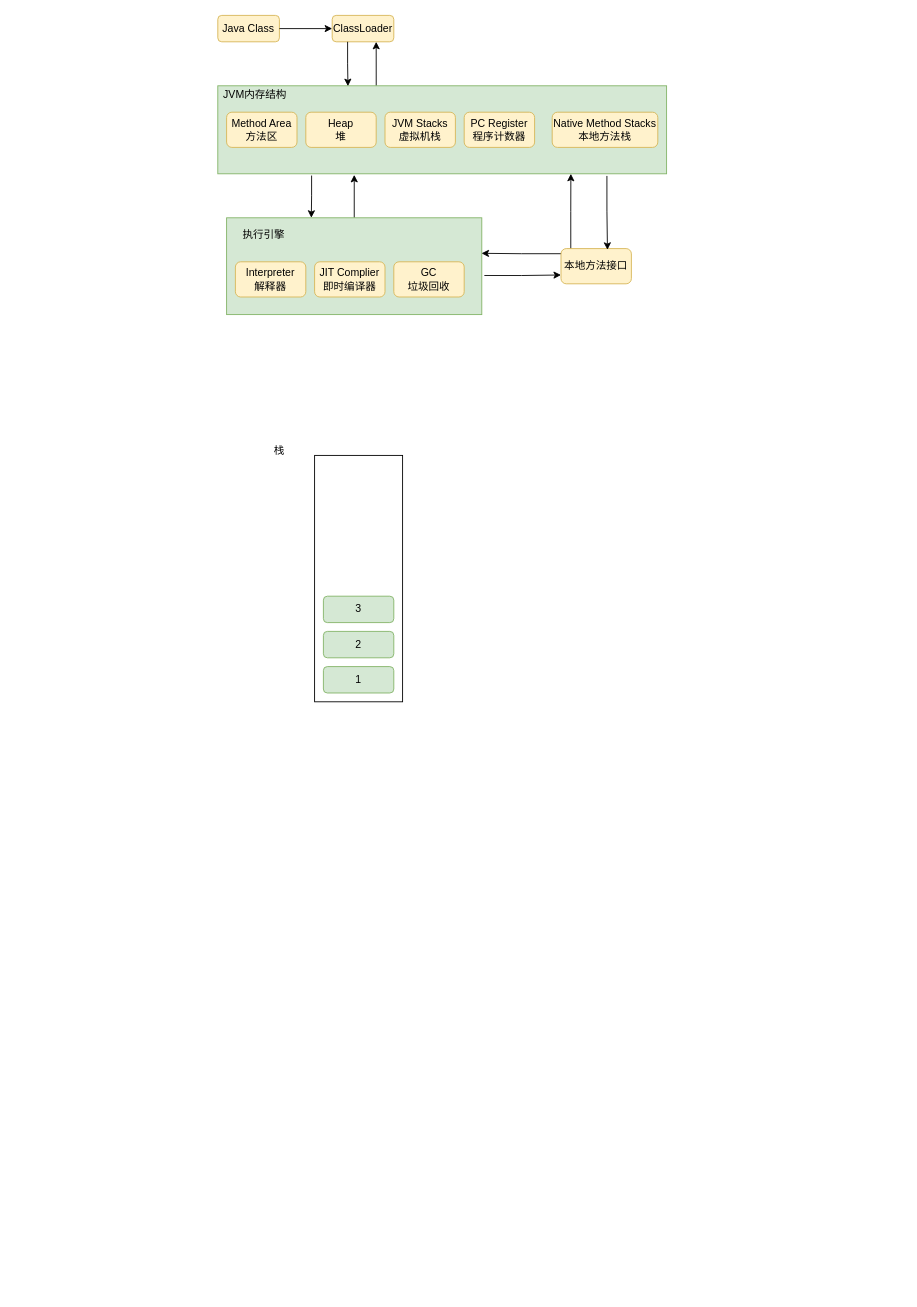
This is 未命名绘图.drawio from kingtanglei/draw, a draw.io file, before an edit. Source tidied: cells renumbered, new cells numbered last; positions are measured from the earlier drawing's top-left corner, leaving out a move shared by most shapes. Both pictures are drawn from the tidied source at 88%, with x=0, y=0 at pixel (217, 15).
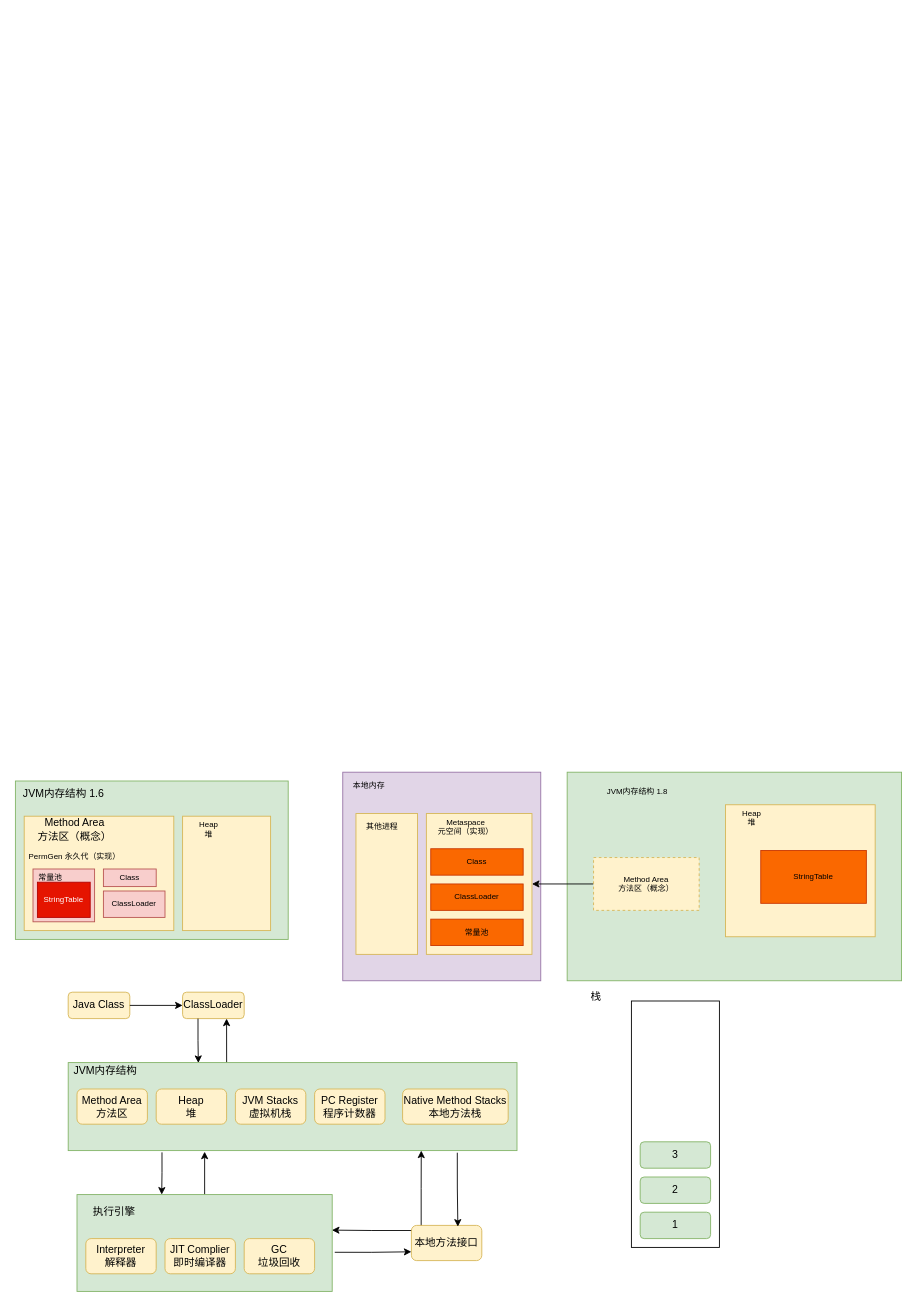
The same diagram, later.

Commit message:
更新未命名绘图.drawio

What changed in the source:
```diff
@@
     <mxCell id="2" style="group;" parent="1" vertex="1">
-      <mxGeometry width="510" height="340" as="geometry" />
+      <mxGeometry x="-170" y="1110" width="510" height="340" as="geometry" />
     </mxCell>
@@
     <mxCell id="27" style="group;" parent="1" vertex="1">
-      <mxGeometry x="40" y="480" width="170" height="300" as="geometry" />
+      <mxGeometry x="400" y="1100" width="170" height="300" as="geometry" />
     </mxCell>
@@
+    <mxCell id="33" style="group;" parent="1" vertex="1">
+      <mxGeometry x="-230" y="870" width="310" height="180" as="geometry" />
+    </mxCell>
+    <mxCell id="34" style="rounded=0;whiteSpace=wrap;html=1;fillColor=#d5e8d4;strokeColor=#82b366;" parent="33" vertex="1">
+      <mxGeometry width="310" height="180" as="geometry" />
+    </mxCell>
+    <mxCell id="35" value="JVM内存结构 1.6" style="text;html=1;strokeColor=none;fillColor=none;align=center;verticalAlign=middle;whiteSpace=wrap;rounded=0;" parent="33" vertex="1">
+      <mxGeometry width="110" height="30" as="geometry" />
+    </mxCell>
+    <mxCell id="36" style="rounded=0;whiteSpace=wrap;html=1;fillColor=#fff2cc;strokeColor=#d6b656;" parent="33" vertex="1">
+      <mxGeometry x="10" y="40" width="170" height="130" as="geometry" />
+    </mxCell>
+    <mxCell id="37" value="Method Area&lt;br&gt;方法区（概念）" style="text;html=1;strokeColor=none;fillColor=none;align=center;verticalAlign=middle;whiteSpace=wrap;rounded=0;" parent="33" vertex="1">
+      <mxGeometry x="10" y="40" width="115" height="30" as="geometry" />
+    </mxCell>
+    <mxCell id="38" value="&lt;font style=&quot;font-size: 9px;&quot;&gt;PermGen 永久代（实现）&lt;/font&gt;" style="text;html=1;strokeColor=none;fillColor=none;align=center;verticalAlign=middle;whiteSpace=wrap;rounded=0;" parent="33" vertex="1">
+      <mxGeometry x="10" y="70" width="115" height="30" as="geometry" />
+    </mxCell>
+    <mxCell id="39" style="rounded=0;whiteSpace=wrap;html=1;fontSize=9;fillColor=#f8cecc;strokeColor=#b85450;" parent="33" vertex="1">
+      <mxGeometry x="20" y="100" width="70" height="60" as="geometry" />
+    </mxCell>
+    <mxCell id="40" value="Class" style="rounded=0;whiteSpace=wrap;html=1;fontSize=9;fillColor=#f8cecc;strokeColor=#b85450;" parent="33" vertex="1">
+      <mxGeometry x="100" y="100" width="60" height="20" as="geometry" />
+    </mxCell>
+    <mxCell id="41" value="ClassLoader" style="rounded=0;whiteSpace=wrap;html=1;fontSize=9;fillColor=#f8cecc;strokeColor=#b85450;" parent="33" vertex="1">
+      <mxGeometry x="100" y="125" width="70" height="30" as="geometry" />
+    </mxCell>
+    <mxCell id="42" value="StringTable" style="rounded=0;whiteSpace=wrap;html=1;fontSize=9;fillColor=#e51400;fontColor=#ffffff;strokeColor=#B20000;" parent="33" vertex="1">
+      <mxGeometry x="25" y="115" width="60" height="40" as="geometry" />
+    </mxCell>
+    <mxCell id="43" value="常量池" style="text;html=1;strokeColor=none;fillColor=none;align=center;verticalAlign=middle;whiteSpace=wrap;rounded=0;fontSize=9;" parent="33" vertex="1">
+      <mxGeometry x="20" y="105" width="40" height="10" as="geometry" />
+    </mxCell>
+    <mxCell id="44" style="rounded=0;whiteSpace=wrap;html=1;fontSize=9;fillColor=#fff2cc;strokeColor=#d6b656;" parent="33" vertex="1">
+      <mxGeometry x="190" y="40" width="100" height="130" as="geometry" />
+    </mxCell>
+    <mxCell id="45" value="Heap&lt;br&gt;堆" style="text;html=1;strokeColor=none;fillColor=none;align=center;verticalAlign=middle;whiteSpace=wrap;rounded=0;fontSize=9;" parent="33" vertex="1">
+      <mxGeometry x="190" y="40" width="60" height="30" as="geometry" />
+    </mxCell>
+    <mxCell id="46" style="group;" parent="1" vertex="1">
+      <mxGeometry x="142" y="860" width="635" height="237" as="geometry" />
+    </mxCell>
+    <mxCell id="47" style="rounded=0;whiteSpace=wrap;html=1;fontSize=9;fillColor=#e1d5e7;strokeColor=#9673a6;" parent="46" vertex="1">
+      <mxGeometry width="225" height="237" as="geometry" />
+    </mxCell>
+    <mxCell id="48" value="本地内存" style="text;html=1;strokeColor=none;fillColor=none;align=center;verticalAlign=middle;whiteSpace=wrap;rounded=0;fontSize=9;" parent="46" vertex="1">
+      <mxGeometry width="60" height="30" as="geometry" />
+    </mxCell>
+    <mxCell id="49" style="rounded=0;whiteSpace=wrap;html=1;fontSize=9;fillColor=#fff2cc;strokeColor=#d6b656;" parent="46" vertex="1">
+      <mxGeometry x="15" y="47" width="70" height="160" as="geometry" />
+    </mxCell>
+    <mxCell id="50" value="其他进程" style="text;html=1;strokeColor=none;fillColor=none;align=center;verticalAlign=middle;whiteSpace=wrap;rounded=0;fontSize=9;" parent="46" vertex="1">
+      <mxGeometry x="15" y="47" width="60" height="30" as="geometry" />
+    </mxCell>
+    <mxCell id="51" style="rounded=0;whiteSpace=wrap;html=1;fontSize=9;fillColor=#fff2cc;strokeColor=#d6b656;" parent="46" vertex="1">
+      <mxGeometry x="95" y="47" width="120" height="160" as="geometry" />
+    </mxCell>
+    <mxCell id="52" value="Metaspace&lt;br&gt;元空间（实现）" style="text;html=1;strokeColor=none;fillColor=none;align=center;verticalAlign=middle;whiteSpace=wrap;rounded=0;fontSize=9;" parent="46" vertex="1">
+      <mxGeometry x="95" y="47" width="90" height="30" as="geometry" />
+    </mxCell>
+    <mxCell id="53" value="Class" style="rounded=0;whiteSpace=wrap;html=1;fontSize=9;fillColor=#fa6800;fontColor=#000000;strokeColor=#C73500;" parent="46" vertex="1">
+      <mxGeometry x="100" y="87" width="105" height="30" as="geometry" />
+    </mxCell>
+    <mxCell id="54" value="ClassLoader" style="rounded=0;whiteSpace=wrap;html=1;fontSize=9;fillColor=#fa6800;fontColor=#000000;strokeColor=#C73500;" parent="46" vertex="1">
+      <mxGeometry x="100" y="127" width="105" height="30" as="geometry" />
+    </mxCell>
+    <mxCell id="55" value="常量池" style="rounded=0;whiteSpace=wrap;html=1;fontSize=9;fillColor=#fa6800;fontColor=#000000;strokeColor=#C73500;" parent="46" vertex="1">
+      <mxGeometry x="100" y="167" width="105" height="30" as="geometry" />
+    </mxCell>
+    <mxCell id="56" style="rounded=0;whiteSpace=wrap;html=1;fontSize=9;fillColor=#d5e8d4;strokeColor=#82b366;" parent="46" vertex="1">
+      <mxGeometry x="255" width="380" height="237" as="geometry" />
+    </mxCell>
+    <mxCell id="57" value="JVM内存结构 1.8" style="text;html=1;strokeColor=none;fillColor=none;align=center;verticalAlign=middle;whiteSpace=wrap;rounded=0;fontSize=9;" parent="46" vertex="1">
+      <mxGeometry x="275" y="7" width="120" height="30" as="geometry" />
+    </mxCell>
+    <mxCell id="58" style="edgeStyle=orthogonalEdgeStyle;rounded=0;jettySize=auto;html=1;fontSize=9;entryX=1;entryY=0.5;entryDx=0;entryDy=0;" parent="46" edge="1" source="59" target="51">
+      <mxGeometry relative="1" as="geometry" />
+    </mxCell>
+    <mxCell id="59" value="Method Area&lt;br&gt;方法区（概念）" style="rounded=0;whiteSpace=wrap;html=1;fontSize=9;strokeColor=#d6b656;dashed=1;fillColor=#fff2cc;" parent="46" vertex="1">
+      <mxGeometry x="285" y="97" width="120" height="60" as="geometry" />
+    </mxCell>
+    <mxCell id="60" style="rounded=0;whiteSpace=wrap;html=1;strokeColor=#d6b656;fontSize=9;fillColor=#fff2cc;" parent="46" vertex="1">
+      <mxGeometry x="435" y="37" width="170" height="150" as="geometry" />
+    </mxCell>
+    <mxCell id="61" value="Heap&lt;br&gt;堆" style="text;html=1;strokeColor=none;fillColor=none;align=center;verticalAlign=middle;whiteSpace=wrap;rounded=0;fontSize=9;" parent="46" vertex="1">
+      <mxGeometry x="435" y="37" width="60" height="30" as="geometry" />
+    </mxCell>
+    <mxCell id="62" value="StringTable" style="rounded=0;whiteSpace=wrap;html=1;strokeColor=#C73500;fontSize=9;fillColor=#fa6800;fontColor=#000000;" parent="46" vertex="1">
+      <mxGeometry x="475" y="89" width="120" height="60" as="geometry" />
+    </mxCell>
```
